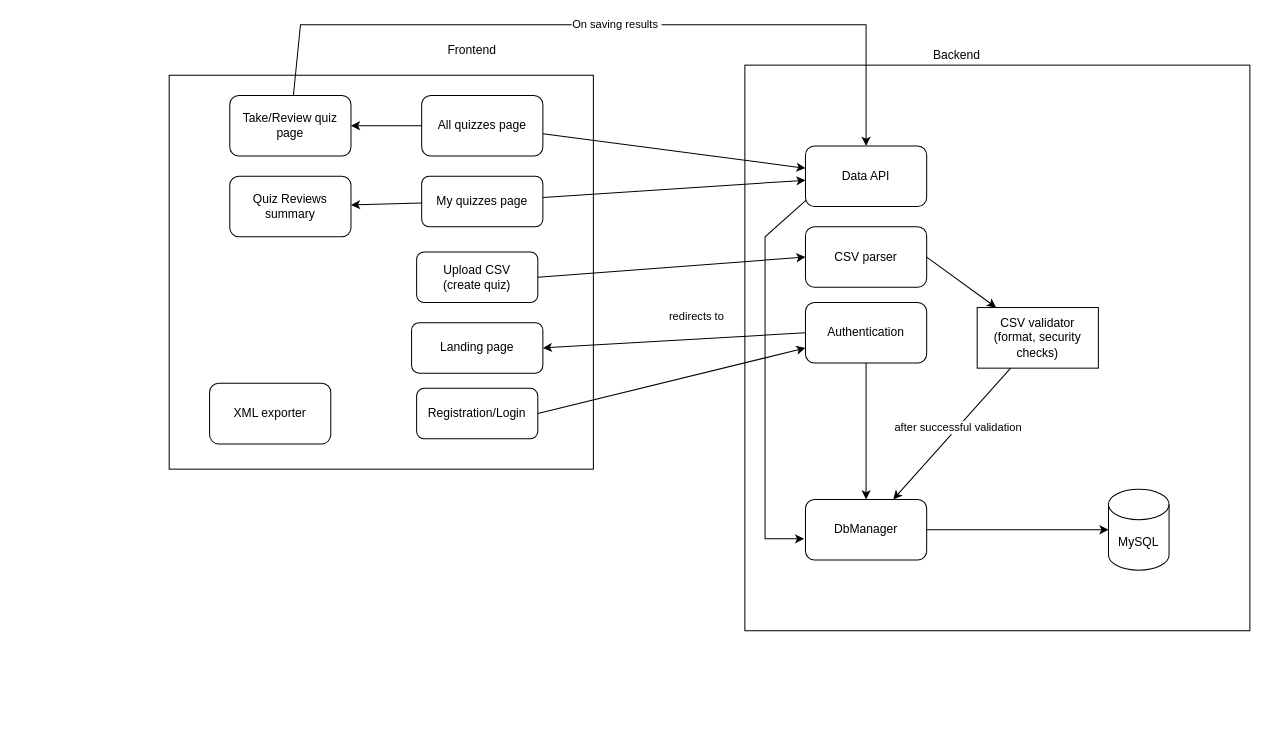
This is UI_Design_And_Diagrams/Diagrams/App-architecture.drawio from Tonari239/Web-QuizReviewer, a draw.io file, before an edit. Source tidied: cells renumbered, new cells numbered last; positions are measured from the earlier drawing's top-left corner, leaving out a move shared by most shapes. Both pictures are drawn from the tidied source at 101%, with x=0, y=0 at pixel (169, 24).
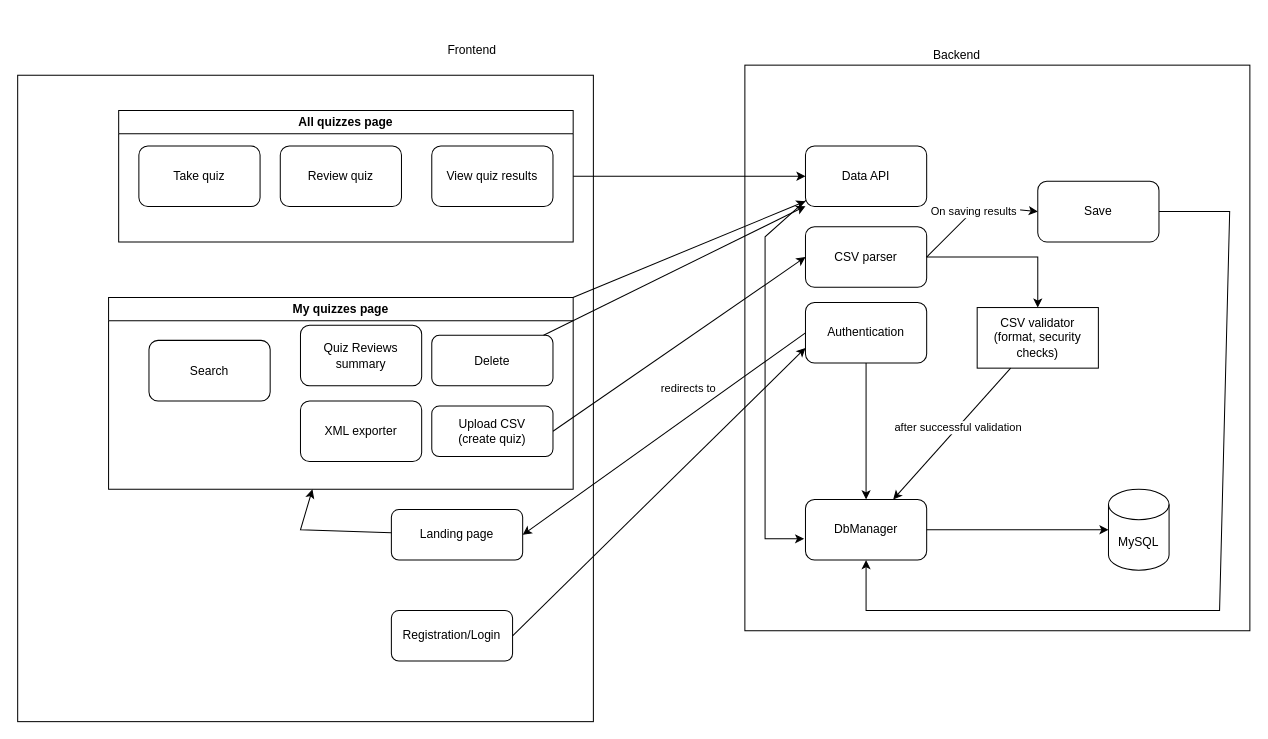
After the change.

Unchanged cells that the change refers to:
```xml
<mxCell id="3" value="CSV parser" style="rounded=1;whiteSpace=wrap;html=1;" parent="1" vertex="1">
  <mxGeometry x="630" y="200" width="120" height="60" as="geometry" />
</mxCell>
<mxCell id="19" value="&lt;div&gt;CSV validator&lt;/div&gt;&lt;div&gt;(format, security checks)&lt;/div&gt;" style="rounded=1;whiteSpace=wrap;html=1;arcSize=0;" parent="1" vertex="1">
  <mxGeometry x="800" y="280" width="120" height="60" as="geometry" />
</mxCell>
<mxCell id="22" value="DbManager" style="rounded=1;whiteSpace=wrap;html=1;" parent="1" vertex="1">
  <mxGeometry x="630" y="470" width="120" height="60" as="geometry" />
</mxCell>
<mxCell id="27" value="Data API" style="rounded=1;whiteSpace=wrap;html=1;" parent="1" vertex="1">
  <mxGeometry x="630" y="120" width="120" height="60" as="geometry" />
</mxCell>
```

What changed in the source:
```diff
@@
     <mxCell id="6" style="rounded=0;whiteSpace=wrap;html=1;" parent="1" vertex="1">
-      <mxGeometry y="50" width="420" height="390" as="geometry" />
+      <mxGeometry x="-150" y="50" width="570" height="640" as="geometry" />
     </mxCell>
@@
-    <mxCell id="8" style="rounded=1;whiteSpace=wrap;html=1;" parent="1" vertex="1">
-      <mxGeometry x="250" y="150" width="120" height="50" as="geometry" />
-    </mxCell>
-    <mxCell id="9" value="My quizzes page" style="text;html=1;whiteSpace=wrap;strokeColor=none;fillColor=none;align=center;verticalAlign=middle;rounded=0;" parent="1" vertex="1">
-      <mxGeometry x="250" y="160" width="120" height="30" as="geometry" />
-    </mxCell>
-    <mxCell id="10" value="&lt;div&gt;Upload CSV&lt;/div&gt;&lt;div&gt;(create quiz)&lt;/div&gt;" style="rounded=1;whiteSpace=wrap;html=1;" parent="1" vertex="1">
-      <mxGeometry x="245" y="225" width="120" height="50" as="geometry" />
-    </mxCell>
     <mxCell id="11" value="Registration/Login" style="rounded=1;whiteSpace=wrap;html=1;" parent="1" vertex="1">
-      <mxGeometry x="245" y="360" width="120" height="50" as="geometry" />
+      <mxGeometry x="220" y="580" width="120" height="50" as="geometry" />
     </mxCell>
@@
     <mxCell id="13" value="Landing page" style="rounded=1;whiteSpace=wrap;html=1;" parent="1" vertex="1">
-      <mxGeometry x="240" y="295" width="130" height="50" as="geometry" />
+      <mxGeometry x="220" y="480" width="130" height="50" as="geometry" />
     </mxCell>
@@
     <mxCell id="17" style="endArrow=classic;html=1;rounded=0;exitX=1;exitY=0.5;exitDx=0;exitDy=0;" parent="1" edge="1" source="3" target="19">
-      <mxGeometry relative="1" as="geometry" />
+      <mxGeometry relative="1" as="geometry">
+        <Array as="points">
+          <mxPoint x="860" y="230" />
+        </Array>
+      </mxGeometry>
     </mxCell>
-    <mxCell id="18" value="All quizzes page" style="rounded=1;whiteSpace=wrap;html=1;" parent="1" vertex="1">
-      <mxGeometry x="250" y="70" width="120" height="60" as="geometry" />
-    </mxCell>
@@
-    <mxCell id="20" value="XML exporter" style="rounded=1;whiteSpace=wrap;html=1;" parent="1" vertex="1">
-      <mxGeometry x="40" y="355" width="120" height="60" as="geometry" />
-    </mxCell>
@@
-    <mxCell id="31" value="Take/Review quiz page" style="rounded=1;whiteSpace=wrap;html=1;" parent="1" vertex="1">
-      <mxGeometry x="60" y="70" width="120" height="60" as="geometry" />
-    </mxCell>
-    <mxCell id="32" style="endArrow=classic;html=1;rounded=0;entryX=1;entryY=0.5;entryDx=0;entryDy=0;" parent="1" edge="1" source="18" target="31">
-      <mxGeometry relative="1" as="geometry" />
-    </mxCell>
-    <mxCell id="33" style="endArrow=classic;html=1;rounded=0;" parent="1" edge="1" source="31" target="27">
+    <mxCell id="33" style="endArrow=classic;html=1;rounded=0;exitX=1;exitY=0.5;exitDx=0;exitDy=0;entryX=0;entryY=0.5;entryDx=0;entryDy=0;" parent="1" edge="1" source="3" target="43">
       <mxGeometry relative="1" as="geometry">
         <Array as="points">
-          <mxPoint x="130" />
-          <mxPoint x="690" />
+          <mxPoint x="790" y="190" />
+          <mxPoint x="810" y="180" />
         </Array>
       </mxGeometry>
     </mxCell>
@@
+    <mxCell id="9" value="&lt;div&gt;My quizzes page&lt;/div&gt;" style="swimlane;whiteSpace=wrap;html=1;startSize=23;" parent="1" vertex="1">
+      <mxGeometry x="-60" y="270" width="460" height="190" as="geometry" />
+    </mxCell>
-    <mxCell id="35" value="Quiz Reviews summary" style="rounded=1;whiteSpace=wrap;html=1;" parent="1" vertex="1">
-      <mxGeometry x="60" y="150" width="120" height="60" as="geometry" />
+    <mxCell id="35" value="Quiz Reviews summary" style="rounded=1;whiteSpace=wrap;html=1;" parent="9" vertex="1">
+      <mxGeometry x="190" y="27.5" width="120" height="60" as="geometry" />
     </mxCell>
-    <mxCell id="36" style="endArrow=classic;html=1;rounded=0;" parent="1" edge="1" source="9" target="35">
-      <mxGeometry relative="1" as="geometry" />
-    </mxCell>
+    <mxCell id="10" value="&lt;div&gt;Upload CSV&lt;/div&gt;&lt;div&gt;(create quiz)&lt;/div&gt;" style="rounded=1;whiteSpace=wrap;html=1;" parent="9" vertex="1">
+      <mxGeometry x="320" y="107.5" width="120" height="50" as="geometry" />
+    </mxCell>
+    <mxCell id="20" value="XML exporter" style="rounded=1;whiteSpace=wrap;html=1;" parent="9" vertex="1">
+      <mxGeometry x="190" y="102.5" width="120" height="60" as="geometry" />
+    </mxCell>
+    <mxCell id="37" value="Delete" style="rounded=1;whiteSpace=wrap;html=1;" parent="9" vertex="1">
+      <mxGeometry x="320" y="37.5" width="120" height="50" as="geometry" />
+    </mxCell>
+    <mxCell id="38" value="Search" style="rounded=1;whiteSpace=wrap;html=1;" parent="9" vertex="1">
+      <mxGeometry x="40" y="42.5" width="120" height="60" as="geometry" />
+    </mxCell>
+    <mxCell id="39" style="endArrow=classic;html=1;rounded=0;" parent="1" edge="1" source="37" target="27">
+      <mxGeometry relative="1" as="geometry" />
+    </mxCell>
+    <mxCell id="40" style="endArrow=classic;html=1;rounded=0;" parent="1" edge="1" source="13" target="9">
+      <mxGeometry relative="1" as="geometry">
+        <Array as="points">
+          <mxPoint x="130" y="500" />
+        </Array>
+      </mxGeometry>
+    </mxCell>
+    <mxCell id="18" value="All quizzes page" style="swimlane;whiteSpace=wrap;html=1;" parent="1" vertex="1">
+      <mxGeometry x="-50" y="85" width="450" height="130" as="geometry" />
+    </mxCell>
+    <mxCell id="31" value="Take quiz" style="rounded=1;whiteSpace=wrap;html=1;" parent="18" vertex="1">
+      <mxGeometry x="20" y="35" width="120" height="60" as="geometry" />
+    </mxCell>
+    <mxCell id="41" value="View quiz results" style="rounded=1;whiteSpace=wrap;html=1;" parent="18" vertex="1">
+      <mxGeometry x="310" y="35" width="120" height="60" as="geometry" />
+    </mxCell>
+    <mxCell id="42" value="Review quiz" style="rounded=1;whiteSpace=wrap;html=1;" parent="18" vertex="1">
+      <mxGeometry x="160" y="35" width="120" height="60" as="geometry" />
+    </mxCell>
+    <mxCell id="43" value="Save" style="rounded=1;whiteSpace=wrap;html=1;" parent="1" vertex="1">
+      <mxGeometry x="860" y="155" width="120" height="60" as="geometry" />
+    </mxCell>
+    <mxCell id="44" style="endArrow=classic;html=1;rounded=0;exitX=1;exitY=0.5;exitDx=0;exitDy=0;entryX=0.5;entryY=1;entryDx=0;entryDy=0;" parent="1" edge="1" source="43" target="22">
+      <mxGeometry relative="1" as="geometry">
+        <Array as="points">
+          <mxPoint x="1050" y="185" />
+          <mxPoint x="1040" y="580" />
+          <mxPoint x="690" y="580" />
+        </Array>
+      </mxGeometry>
+    </mxCell>
```
